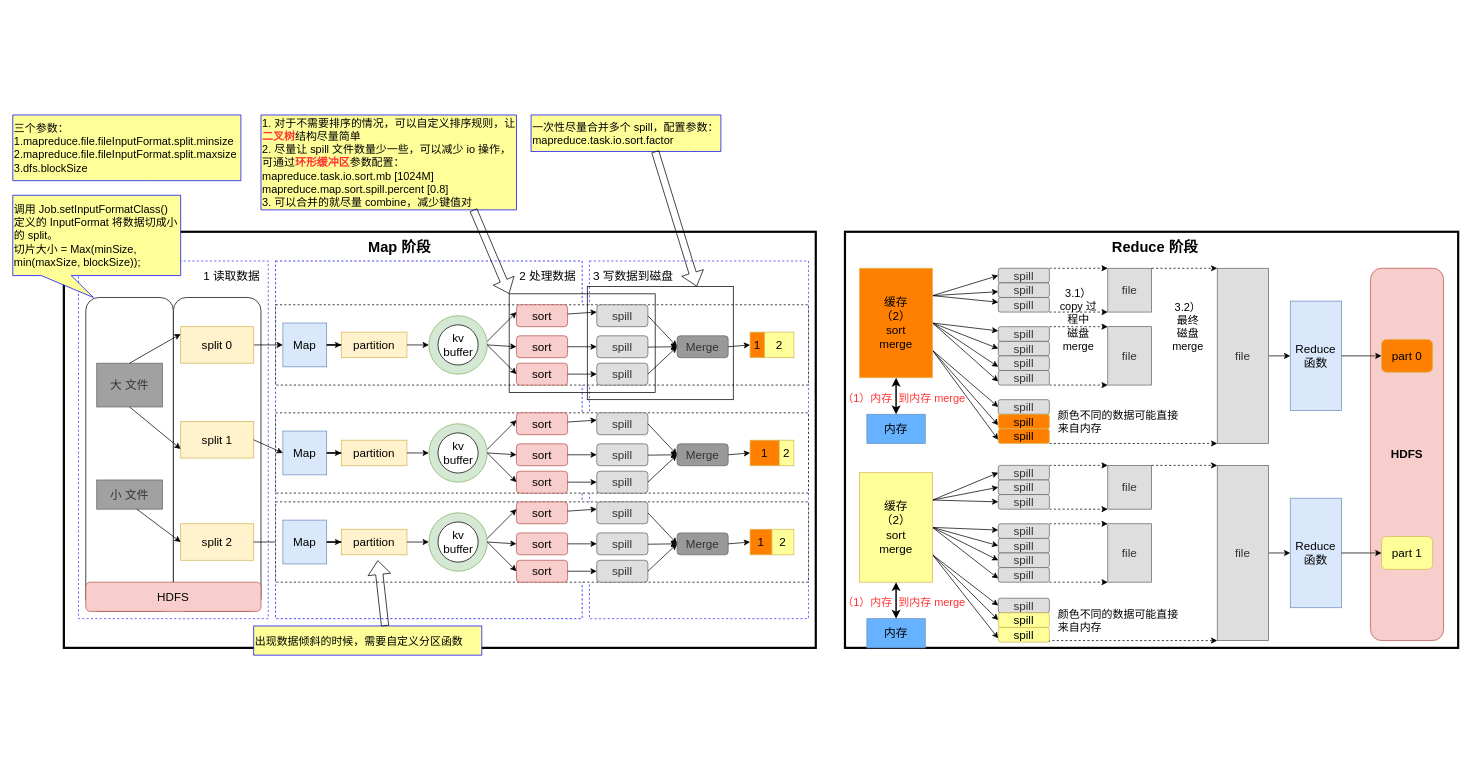
Before: public/img/MapReduce.drawio in bruceFend/brucefend.github.io, a draw.io diagram. Source tidied: cells renumbered, new cells numbered last; positions are measured from the earlier drawing's top-left corner, leaving out a move shared by most shapes. Both pictures are drawn from the tidied source at 73%, with x=0, y=0 at pixel (12, 115).
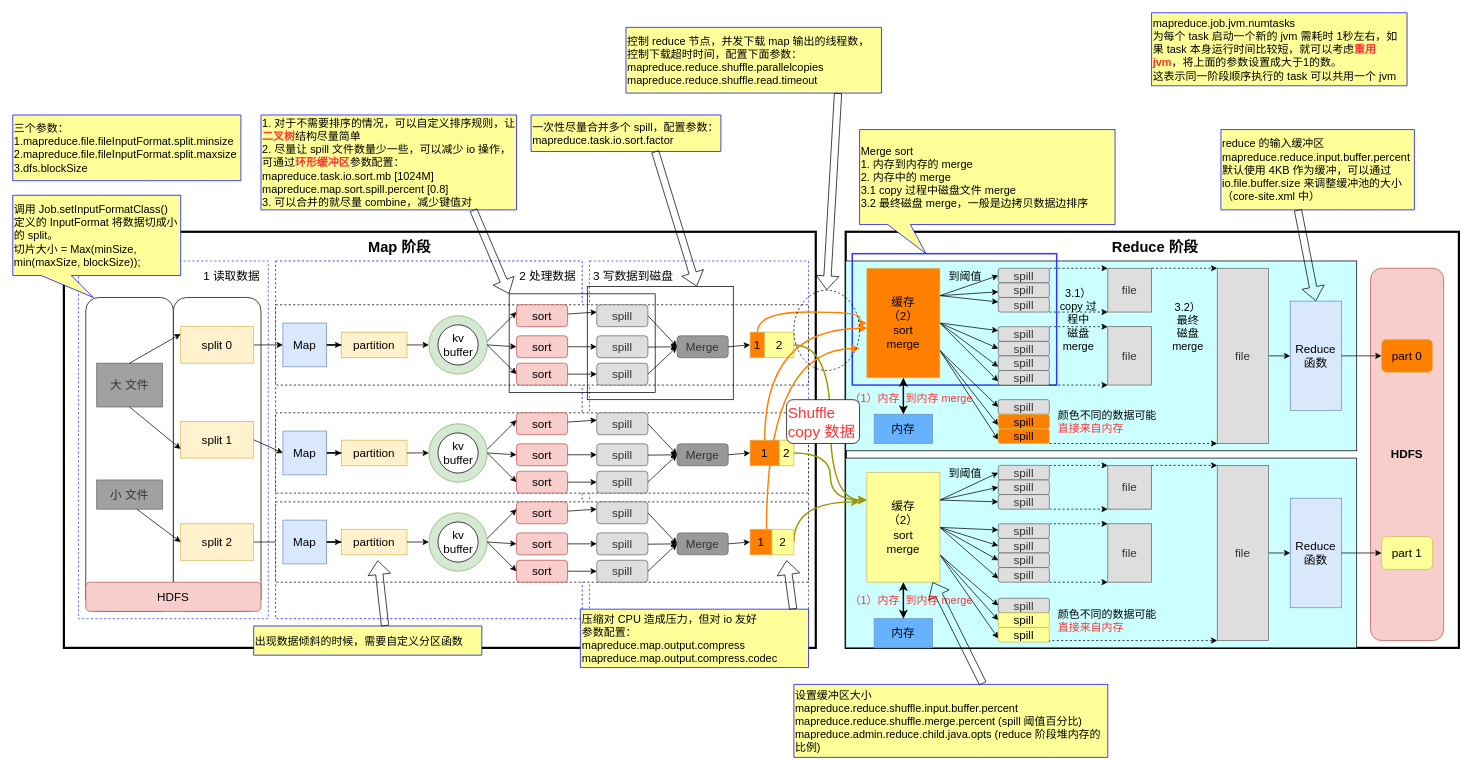
Above is the later version.

Commit message:
补充 reduce 阶段的文字说明

Unchanged cells that the change refers to:
```xml
<mxCell id="31" value="1" style="rounded=0;whiteSpace=wrap;html=1;fontSize=16;strokeColor=#d6b656;fillColor=#FF8000;" parent="5" vertex="1">
  <mxGeometry x="650" y="37.5" width="20" height="35" as="geometry" />
</mxCell>
<mxCell id="32" value="2" style="rounded=0;whiteSpace=wrap;html=1;fontSize=16;strokeColor=#d6b656;fillColor=#FFFF99;" parent="5" vertex="1">
  <mxGeometry x="670" y="37.5" width="40" height="35" as="geometry" />
</mxCell>
<mxCell id="77" value="1" style="rounded=0;whiteSpace=wrap;html=1;fontSize=16;strokeColor=#d6b656;fillColor=#FF8000;" parent="51" vertex="1">
  <mxGeometry x="650" y="37.5" width="40" height="35" as="geometry" />
</mxCell>
<mxCell id="78" value="2" style="rounded=0;whiteSpace=wrap;html=1;fontSize=16;strokeColor=#d6b656;fillColor=#FFFF99;" parent="51" vertex="1">
  <mxGeometry x="690" y="37.5" width="20" height="35" as="geometry" />
</mxCell>
<mxCell id="111" value="1" style="rounded=0;whiteSpace=wrap;html=1;fontSize=16;strokeColor=#d6b656;fillColor=#FF8000;" parent="1" vertex="1">
  <mxGeometry x="1010" y="567.5" width="30" height="35" as="geometry" />
</mxCell>
<mxCell id="112" value="2" style="rounded=0;whiteSpace=wrap;html=1;fontSize=16;strokeColor=#d6b656;fillColor=#FFFF99;" parent="1" vertex="1">
  <mxGeometry x="1040" y="567.5" width="30" height="35" as="geometry" />
</mxCell>
<mxCell id="196" value="Reduce&lt;br&gt;函数" style="rounded=0;whiteSpace=wrap;html=1;fillColor=#dae8fc;fontSize=16;strokeColor=#6c8ebf;" parent="1" vertex="1">
  <mxGeometry x="1750" y="255" width="70" height="150" as="geometry" />
</mxCell>
```

Change to the diagram source:
```diff
@@
+    <mxCell id="120" style="rounded=0;whiteSpace=wrap;html=1;strokeWidth=3;" parent="1" vertex="1">
+      <mxGeometry x="1141" y="160" width="840" height="570" as="geometry" />
+    </mxCell>
+    <mxCell id="203" style="rounded=0;whiteSpace=wrap;html=1;strokeColor=#000000;strokeWidth=1;fontSize=21;fontColor=#FF3333;align=left;fillColor=#CCFFFF;fontStyle=1;" parent="1" vertex="1">
+      <mxGeometry x="1141" y="470" width="700" height="260" as="geometry" />
+    </mxCell>
+    <mxCell id="204" style="rounded=0;whiteSpace=wrap;html=1;strokeColor=#000000;strokeWidth=1;fontSize=21;fontColor=#FF3333;align=left;fillColor=#CCFFFF;fontStyle=1;" parent="1" vertex="1">
+      <mxGeometry x="1141" y="200" width="700" height="260" as="geometry" />
+    </mxCell>
+    <mxCell id="205" style="rounded=0;whiteSpace=wrap;html=1;fontSize=16;strokeColor=#3333FF;fillColor=none;strokeWidth=2;" parent="1" vertex="1">
+      <mxGeometry x="1150" y="190" width="280" height="180" as="geometry" />
+    </mxCell>
@@
+    <mxCell id="206" style="edgeStyle=orthogonalEdgeStyle;curved=1;rounded=0;jettySize=auto;html=1;exitX=0.75;exitY=0;exitDx=0;exitDy=0;strokeWidth=2;fontSize=15;fontColor=#000000;strokeColor=#FF8000;" parent="1" edge="1" source="111">
+      <mxGeometry relative="1" as="geometry">
+        <mxPoint x="1160" y="320" as="targetPoint" />
+        <Array as="points">
+          <mxPoint x="1033" y="320" />
+        </Array>
+      </mxGeometry>
+    </mxCell>
@@
+    <mxCell id="207" style="edgeStyle=orthogonalEdgeStyle;curved=1;rounded=0;jettySize=auto;html=1;exitX=1;exitY=0.5;exitDx=0;exitDy=0;strokeWidth=2;fontSize=15;fontColor=#000000;strokeColor=#999900;" parent="1" edge="1" source="112">
+      <mxGeometry relative="1" as="geometry">
+        <mxPoint x="1160" y="530" as="targetPoint" />
+        <Array as="points">
+          <mxPoint x="1070" y="530" />
+        </Array>
+      </mxGeometry>
+    </mxCell>
@@
-    <mxCell id="120" style="rounded=0;whiteSpace=wrap;html=1;strokeWidth=3;" parent="1" vertex="1">
-      <mxGeometry x="1140" y="160" width="840" height="570" as="geometry" />
-    </mxCell>
@@
     <mxCell id="132" value="缓存&lt;br&gt;（2）&lt;br&gt;sort&lt;br&gt;merge" style="rounded=0;whiteSpace=wrap;html=1;fontSize=16;strokeColor=#d6b656;fillColor=#FF8000;" parent="1" vertex="1">
-      <mxGeometry x="1160" y="210" width="100" height="150" as="geometry" />
+      <mxGeometry x="1170" y="210" width="100" height="150" as="geometry" />
     </mxCell>
@@
     <mxCell id="143" value="缓存&lt;br&gt;（2）&lt;br&gt;sort&lt;br&gt;merge" style="rounded=0;whiteSpace=wrap;html=1;fontSize=16;strokeColor=#d6b656;fillColor=#FFFF99;" parent="1" vertex="1">
-      <mxGeometry x="1160" y="490" width="100" height="150" as="geometry" />
+      <mxGeometry x="1170" y="490" width="100" height="150" as="geometry" />
     </mxCell>
     <mxCell id="144" value="内存" style="rounded=0;whiteSpace=wrap;html=1;fontSize=16;strokeColor=#6c8ebf;fillColor=#66B2FF;" parent="1" vertex="1">
-      <mxGeometry x="1170" y="410" width="80" height="40" as="geometry" />
+      <mxGeometry x="1180" y="410" width="80" height="40" as="geometry" />
     </mxCell>
     <mxCell id="145" value="内存" style="rounded=0;whiteSpace=wrap;html=1;fontSize=16;strokeColor=#6c8ebf;fillColor=#66B2FF;" parent="1" vertex="1">
-      <mxGeometry x="1170" y="690" width="80" height="40" as="geometry" />
+      <mxGeometry x="1180" y="690" width="80" height="40" as="geometry" />
     </mxCell>
@@
     <mxCell id="148" value="（1）内存&amp;nbsp; 到内存 merge" style="text;html=1;strokeColor=none;fillColor=none;align=center;verticalAlign=middle;whiteSpace=wrap;rounded=0;fontSize=15;fontColor=#FF3333;" parent="1" vertex="1">
-      <mxGeometry x="1122" y="657" width="198" height="20" as="geometry" />
+      <mxGeometry x="1132" y="655" width="198" height="20" as="geometry" />
     </mxCell>
     <mxCell id="149" value="（1）内存&amp;nbsp; 到内存 merge" style="text;html=1;strokeColor=none;fillColor=none;align=center;verticalAlign=middle;whiteSpace=wrap;rounded=0;fontSize=15;fontColor=#FF3333;" parent="1" vertex="1">
-      <mxGeometry x="1122" y="377" width="198" height="20" as="geometry" />
+      <mxGeometry x="1132" y="377.5" width="198" height="20" as="geometry" />
     </mxCell>
@@
-    <mxCell id="193" value="颜色不同的数据可能直接来自内存" style="text;html=1;strokeColor=none;fillColor=none;align=left;verticalAlign=middle;whiteSpace=wrap;rounded=0;fontSize=15;" parent="1" vertex="1">
+    <mxCell id="193" value="颜色不同的数据可能&lt;br&gt;&lt;font color=&quot;#ff3333&quot;&gt;直接来自内存&lt;/font&gt;" style="text;html=1;strokeColor=none;fillColor=none;align=left;verticalAlign=middle;whiteSpace=wrap;rounded=0;fontSize=15;" parent="1" vertex="1">
       <mxGeometry x="1430" y="397.5" width="170" height="45" as="geometry" />
     </mxCell>
-    <mxCell id="194" value="颜色不同的数据可能直接来自内存" style="text;html=1;strokeColor=none;fillColor=none;align=left;verticalAlign=middle;whiteSpace=wrap;rounded=0;fontSize=15;" parent="1" vertex="1">
+    <mxCell id="194" value="颜色不同的数据可能&lt;br&gt;&lt;font color=&quot;#ff3333&quot;&gt;直接来自内存&lt;/font&gt;" style="text;html=1;strokeColor=none;fillColor=none;align=left;verticalAlign=middle;whiteSpace=wrap;rounded=0;fontSize=15;" parent="1" vertex="1">
       <mxGeometry x="1430" y="669.5" width="170" height="45" as="geometry" />
     </mxCell>
@@
+    <mxCell id="208" style="edgeStyle=orthogonalEdgeStyle;rounded=0;jettySize=auto;html=1;exitX=0.5;exitY=0;exitDx=0;exitDy=0;entryX=0;entryY=0.5;entryDx=0;entryDy=0;strokeWidth=2;fontSize=15;fontColor=#000000;elbow=vertical;curved=1;strokeColor=#FF8000;" parent="1" edge="1" source="31" target="132">
+      <mxGeometry relative="1" as="geometry">
+        <Array as="points">
+          <mxPoint x="1020" y="270" />
+          <mxPoint x="1160" y="270" />
+        </Array>
+      </mxGeometry>
+    </mxCell>
+    <mxCell id="209" style="edgeStyle=orthogonalEdgeStyle;curved=1;rounded=0;jettySize=auto;html=1;exitX=0.5;exitY=0;exitDx=0;exitDy=0;entryX=0.01;entryY=0.547;entryDx=0;entryDy=0;strokeWidth=2;fontSize=15;fontColor=#000000;entryPerimeter=0;strokeColor=#FF8000;" parent="1" edge="1" source="77" target="132">
+      <mxGeometry relative="1" as="geometry" />
+    </mxCell>
+    <mxCell id="210" style="edgeStyle=orthogonalEdgeStyle;curved=1;rounded=0;jettySize=auto;html=1;exitX=1;exitY=0.5;exitDx=0;exitDy=0;entryX=0;entryY=0.25;entryDx=0;entryDy=0;strokeWidth=2;fontSize=15;fontColor=#000000;strokeColor=#999900;" parent="1" edge="1" source="32" target="143">
+      <mxGeometry relative="1" as="geometry" />
+    </mxCell>
+    <mxCell id="211" style="edgeStyle=orthogonalEdgeStyle;curved=1;rounded=0;jettySize=auto;html=1;exitX=1;exitY=0.5;exitDx=0;exitDy=0;entryX=0;entryY=0.25;entryDx=0;entryDy=0;strokeWidth=2;fontSize=15;fontColor=#000000;strokeColor=#999900;" parent="1" edge="1" source="78" target="143">
+      <mxGeometry relative="1" as="geometry" />
+    </mxCell>
+    <mxCell id="212" value="&lt;span style=&quot;font-size: 15px&quot;&gt;压缩对 CPU 造成压力，但对 io 友好&lt;br&gt;参数配置：&lt;br&gt;mapreduce.map.output.compress&lt;br&gt;mapreduce.map.output.compress.codec&lt;br&gt;&lt;/span&gt;" style="shape=callout;whiteSpace=wrap;html=1;perimeter=calloutPerimeter;strokeColor=#0000FF;fillColor=#FFFF99;fontSize=15;align=left;size=0;position=0.6;position2=0.83;base=130;" parent="1" vertex="1">
+      <mxGeometry x="777.5" y="677" width="312.5" height="80" as="geometry" />
+    </mxCell>
+    <mxCell id="213" style="shape=flexArrow;endArrow=classic;html=1;fontSize=15;exitX=0.933;exitY=0;exitDx=0;exitDy=0;exitPerimeter=0;" parent="1" edge="1" source="212">
+      <mxGeometry relative="1" as="geometry">
+        <mxPoint x="1060" y="610" as="targetPoint" />
+      </mxGeometry>
+    </mxCell>
+    <mxCell id="214" value="到阈值" style="text;html=1;strokeColor=none;fillColor=none;align=center;verticalAlign=middle;whiteSpace=wrap;rounded=0;fontSize=15;fontColor=#000000;" parent="1" vertex="1">
+      <mxGeometry x="1280" y="210" width="50" height="20" as="geometry" />
+    </mxCell>
+    <mxCell id="215" value="到阈值" style="text;html=1;strokeColor=none;fillColor=none;align=center;verticalAlign=middle;whiteSpace=wrap;rounded=0;fontSize=15;fontColor=#000000;" parent="1" vertex="1">
+      <mxGeometry x="1280" y="480" width="50" height="20" as="geometry" />
+    </mxCell>
+    <mxCell id="216" value="Shuffle&lt;br style=&quot;font-size: 21px;&quot;&gt;copy 数据" style="rounded=1;whiteSpace=wrap;html=1;strokeColor=#000000;strokeWidth=1;fontSize=21;align=left;fillColor=#FFFFFF;fontColor=#FF3333;" parent="1" vertex="1">
+      <mxGeometry x="1060" y="390" width="100" height="60" as="geometry" />
+    </mxCell>
+    <mxCell id="217" style="ellipse;whiteSpace=wrap;html=1;rounded=0;strokeColor=#000000;strokeWidth=1;fontSize=21;fontColor=#FF3333;align=left;dashed=1;fillColor=none;" parent="1" vertex="1">
+      <mxGeometry x="1070" y="240" width="90" height="110" as="geometry" />
+    </mxCell>
+    <mxCell id="218" value="&lt;span style=&quot;font-size: 15px&quot;&gt;控制 reduce 节点，并发下载 map 输出的线程数，&lt;br&gt;控制下载超时时间，配置下面参数：&lt;br&gt;mapreduce.reduce.shuffle.parallelcopies&lt;br&gt;mapreduce.reduce.shuffle.read.timeout&lt;br&gt;&lt;/span&gt;" style="shape=callout;whiteSpace=wrap;html=1;perimeter=calloutPerimeter;strokeColor=#0000FF;fillColor=#FFFF99;fontSize=15;align=left;size=0;position=0.6;position2=0.83;base=130;" parent="1" vertex="1">
+      <mxGeometry x="840" y="-120" width="350" height="90" as="geometry" />
+    </mxCell>
+    <mxCell id="219" style="shape=flexArrow;endArrow=classic;html=1;fontSize=15;entryX=0.5;entryY=0;entryDx=0;entryDy=0;exitX=0;exitY=0;exitDx=290.5;exitDy=90;exitPerimeter=0;" parent="1" edge="1" source="218" target="217">
+      <mxGeometry relative="1" as="geometry" />
+    </mxCell>
+    <mxCell id="220" value="&lt;span style=&quot;font-size: 15px&quot;&gt;设置缓冲区大小&lt;br&gt;mapreduce.reduce.shuffle.input.buffer.percent&amp;nbsp;&lt;br&gt;mapreduce.reduce.shuffle.merge.percent (spill 阈值百分比)&lt;br&gt;&lt;/span&gt;mapreduce.admin.reduce.child.java.opts (reduce 阶段堆内存的比例)&lt;span style=&quot;font-size: 15px&quot;&gt;&lt;br&gt;&lt;/span&gt;" style="shape=callout;whiteSpace=wrap;html=1;perimeter=calloutPerimeter;strokeColor=#0000FF;fillColor=#FFFF99;fontSize=15;align=left;size=0;position=0.6;position2=0.83;base=130;" parent="1" vertex="1">
+      <mxGeometry x="1070" y="780" width="430" height="100" as="geometry" />
+    </mxCell>
+    <mxCell id="221" style="shape=flexArrow;endArrow=classic;html=1;fontSize=15;exitX=0.602;exitY=-0.01;exitDx=0;exitDy=0;exitPerimeter=0;entryX=0.9;entryY=1;entryDx=0;entryDy=0;entryPerimeter=0;" parent="1" edge="1" source="220" target="143">
+      <mxGeometry relative="1" as="geometry" />
+    </mxCell>
+    <mxCell id="222" value="&lt;span style=&quot;font-size: 15px&quot;&gt;Merge sort&lt;br&gt;1. 内存到内存的 merge&lt;br&gt;2. 内存中的 merge&lt;br&gt;3.1 copy 过程中磁盘文件 merge&lt;br&gt;3.2 最终磁盘 merge，一般是边拷贝数据边排序&lt;br&gt;&lt;/span&gt;" style="shape=callout;whiteSpace=wrap;html=1;perimeter=calloutPerimeter;strokeColor=#0000FF;fillColor=#FFFF99;fontSize=15;align=left;size=40;position=0.11;position2=0.26;base=31;" parent="1" vertex="1">
+      <mxGeometry x="1160" y="20" width="350" height="170" as="geometry" />
+    </mxCell>
+    <mxCell id="223" value="&lt;span style=&quot;font-size: 15px&quot;&gt;reduce 的输入缓冲区&lt;br&gt;mapreduce.reduce.input.buffer.percent&lt;br&gt;默认使用 4KB 作为缓冲，可以通过&lt;br&gt;io.file.buffer.size 来调整缓冲池的大小（core-site.xml 中）&lt;br&gt;&lt;/span&gt;" style="shape=callout;whiteSpace=wrap;html=1;perimeter=calloutPerimeter;strokeColor=#0000FF;fillColor=#FFFF99;fontSize=15;align=left;size=0;position=0.6;position2=0.83;base=130;" parent="1" vertex="1">
+      <mxGeometry x="1655" y="20" width="265" height="110" as="geometry" />
+    </mxCell>
+    <mxCell id="224" style="shape=flexArrow;endArrow=classic;html=1;fontSize=15;entryX=0.5;entryY=0;entryDx=0;entryDy=0;" parent="1" edge="1" target="196">
+      <mxGeometry relative="1" as="geometry">
+        <mxPoint x="1760.5" y="130" as="sourcePoint" />
+      </mxGeometry>
+    </mxCell>
+    <mxCell id="225" value="&lt;span style=&quot;font-size: 15px&quot;&gt;mapreduce.job.jvm.numtasks&lt;br&gt;为每个 task 启动一个新的 jvm 需耗时 1秒左右，如果 task 本身运行时间比较短，就可以考虑&lt;b&gt;&lt;font color=&quot;#ff3333&quot;&gt;重用 jvm&lt;/font&gt;&lt;/b&gt;，将上面的参数设置成大于1的数。&lt;br&gt;这表示同一阶段顺序执行的 task 可以共用一个 jvm&lt;br&gt;&lt;/span&gt;" style="shape=callout;whiteSpace=wrap;html=1;perimeter=calloutPerimeter;strokeColor=#0000FF;fillColor=#FFFF99;fontSize=15;align=left;size=0;position=0.6;position2=0.83;base=130;" parent="1" vertex="1">
+      <mxGeometry x="1560" y="-140" width="350" height="100" as="geometry" />
+    </mxCell>
```
